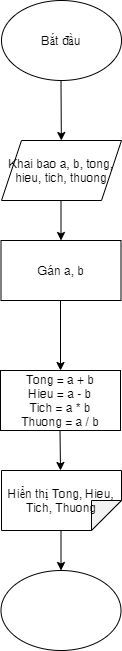
The draw.io diagram Lưu đồ.png in thanh2704/demo_BTBC02K13, before a commit. Source tidied: cells renumbered, new cells last; positions are measured from the earlier drawing's top-left corner, leaving out a move shared by most shapes. Its diagram source:
```xml
<mxGraphModel>
  <root>
    <mxCell id="0" />
    <mxCell id="1" parent="0" />
    <mxCell id="2" value="Bắt đầu" style="ellipse;whiteSpace=wrap;html=1;" parent="1" vertex="1">
      <mxGeometry x="1" width="120" height="80" as="geometry" />
    </mxCell>
    <mxCell id="3" style="endArrow=classic;html=1;rounded=0;" parent="1" edge="1" target="4">
      <mxGeometry relative="1" as="geometry">
        <mxPoint x="60.5" y="80" as="sourcePoint" />
      </mxGeometry>
    </mxCell>
    <mxCell id="4" value="Khai bao a, b, tong, hieu, tich, thuong" style="shape=parallelogram;perimeter=parallelogramPerimeter;whiteSpace=wrap;html=1;fixedSize=1;" parent="1" vertex="1">
      <mxGeometry x="1" y="140" width="120" height="60" as="geometry" />
    </mxCell>
    <mxCell id="5" style="endArrow=classic;html=1;rounded=0;" parent="1" edge="1" target="6">
      <mxGeometry relative="1" as="geometry">
        <mxPoint x="60.5" y="200" as="sourcePoint" />
      </mxGeometry>
    </mxCell>
    <mxCell id="6" value="Gán a, b" style="rounded=0;whiteSpace=wrap;html=1;" parent="1" vertex="1">
      <mxGeometry x="0.5" y="240" width="120" height="60" as="geometry" />
    </mxCell>
    <mxCell id="7" style="endArrow=classic;html=1;rounded=0;" parent="1" edge="1" target="8">
      <mxGeometry relative="1" as="geometry">
        <mxPoint x="60" y="300" as="sourcePoint" />
      </mxGeometry>
    </mxCell>
    <mxCell id="8" value="Tong = a + b&lt;br&gt;Hieu = a - b&lt;br&gt;Tich = a * b&lt;br&gt;Thuong = a / b" style="rounded=0;whiteSpace=wrap;html=1;" parent="1" vertex="1">
      <mxGeometry y="370" width="120" height="60" as="geometry" />
    </mxCell>
    <mxCell id="9" value="Hiển thị Tong, Hieu, Tich, Thuong" style="shape=note;whiteSpace=wrap;html=1;backgroundOutline=1;darkOpacity=0.05;direction=south;" parent="1" vertex="1">
      <mxGeometry x="1" y="470" width="120" height="60" as="geometry" />
    </mxCell>
    <mxCell id="10" style="endArrow=classic;html=1;rounded=0;" parent="1" edge="1">
      <mxGeometry relative="1" as="geometry">
        <mxPoint x="59.5" y="430" as="sourcePoint" />
        <mxPoint x="60" y="470" as="targetPoint" />
      </mxGeometry>
    </mxCell>
    <mxCell id="11" style="endArrow=classic;html=1;rounded=0;" parent="1" edge="1" target="12">
      <mxGeometry relative="1" as="geometry">
        <mxPoint x="60.5" y="530" as="sourcePoint" />
      </mxGeometry>
    </mxCell>
    <mxCell id="12" style="ellipse;whiteSpace=wrap;html=1;" parent="1" vertex="1">
      <mxGeometry x="0.5" y="570" width="120" height="80" as="geometry" />
    </mxCell>
  </root>
</mxGraphModel>
```
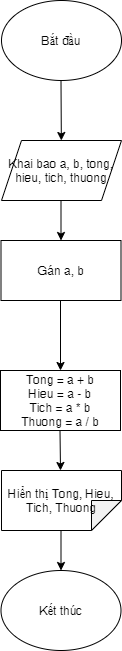
After the change.

The edit, as a diff of the source:
```diff
@@ -43,7 +43,7 @@
         <mxPoint x="60.5" y="530" as="sourcePoint" />
       </mxGeometry>
     </mxCell>
-    <mxCell id="12" style="ellipse;whiteSpace=wrap;html=1;" parent="1" vertex="1">
+    <mxCell id="12" value="Kết thúc" style="ellipse;whiteSpace=wrap;html=1;" parent="1" vertex="1">
       <mxGeometry x="0.5" y="570" width="120" height="80" as="geometry" />
     </mxCell>
   </root>
```
